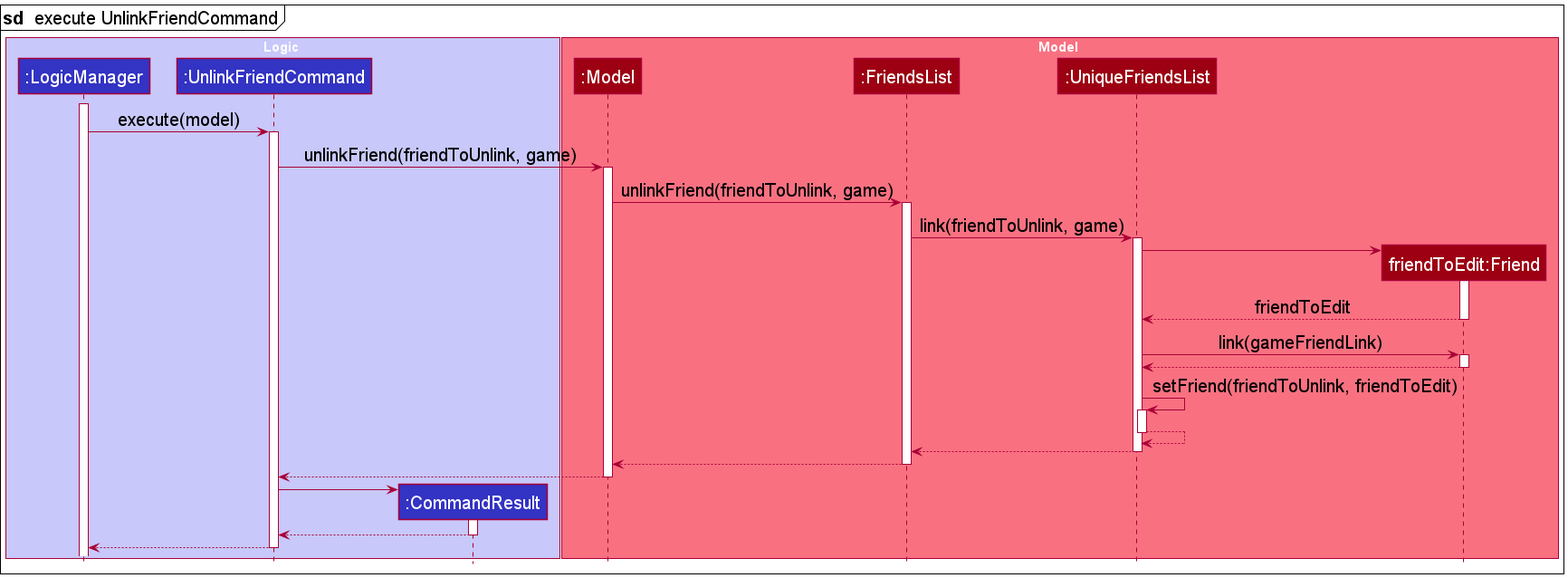
The PlantUML diagram docs/images/UnlinkSequenceDiagram2.png in nus-cs2103-AY2122S1/tp, before a commit.
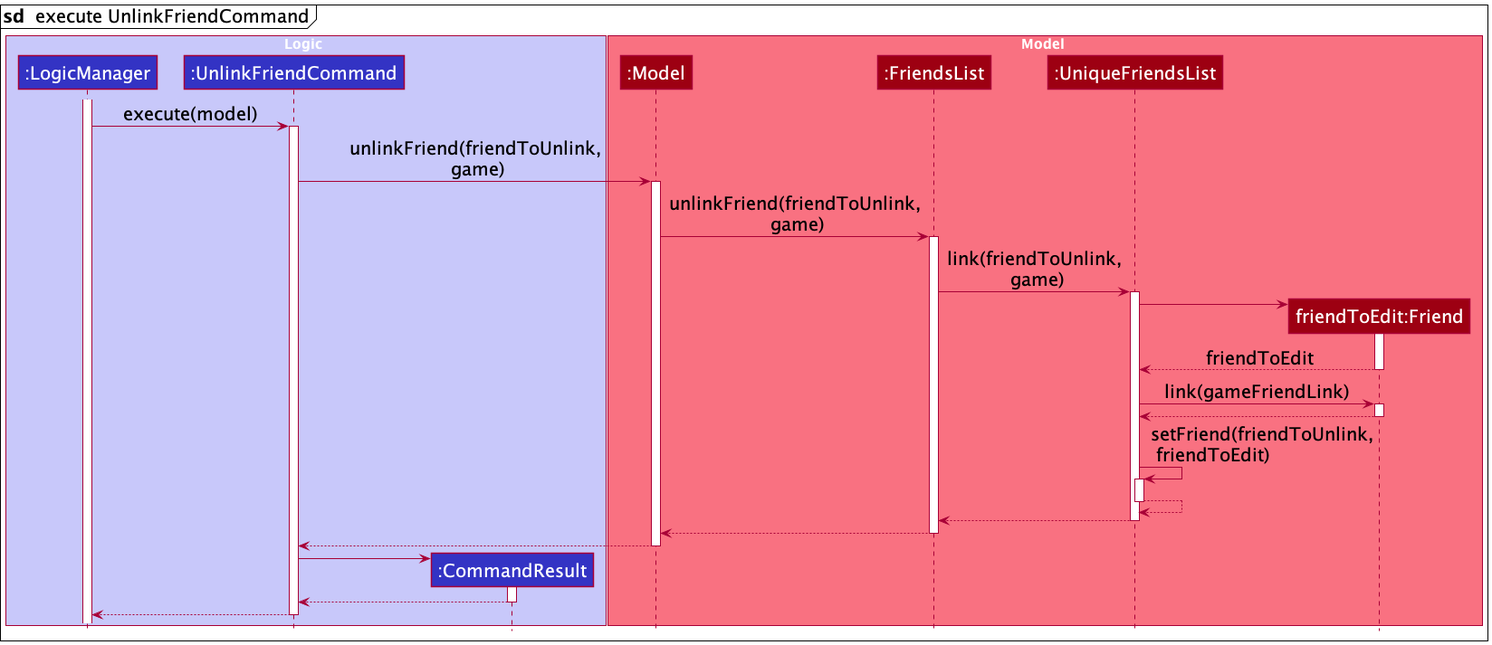
The same diagram one commit later.

The edit, as a diff of the source:
```diff
@@ -23,11 +23,11 @@
 LogicManager -> UnlinkFriendCommand : execute(model)
 activate UnlinkFriendCommand
 
-UnlinkFriendCommand -> Model : unlinkFriend(friendToUnlink, game)
+UnlinkFriendCommand -> Model : unlinkFriend(friendToUnlink,\n game)
 activate Model
-Model -> FriendsList : unlinkFriend(friendToUnlink, game)
+Model -> FriendsList : unlinkFriend(friendToUnlink,\n game)
 activate FriendsList
-FriendsList -> UniqueFriendsList : link(friendToUnlink, game)
+FriendsList -> UniqueFriendsList : link(friendToUnlink,\n game)
 activate UniqueFriendsList
 create Friend
 UniqueFriendsList -> Friend
@@ -38,7 +38,7 @@
 activate Friend
 Friend --> UniqueFriendsList
 deactivate Friend
-UniqueFriendsList -> UniqueFriendsList : setFriend(friendToUnlink, friendToEdit)
+UniqueFriendsList -> UniqueFriendsList : setFriend(friendToUnlink,\n friendToEdit)
 activate UniqueFriendsList
 UniqueFriendsList --> UniqueFriendsList
 deactivate UniqueFriendsList
```
